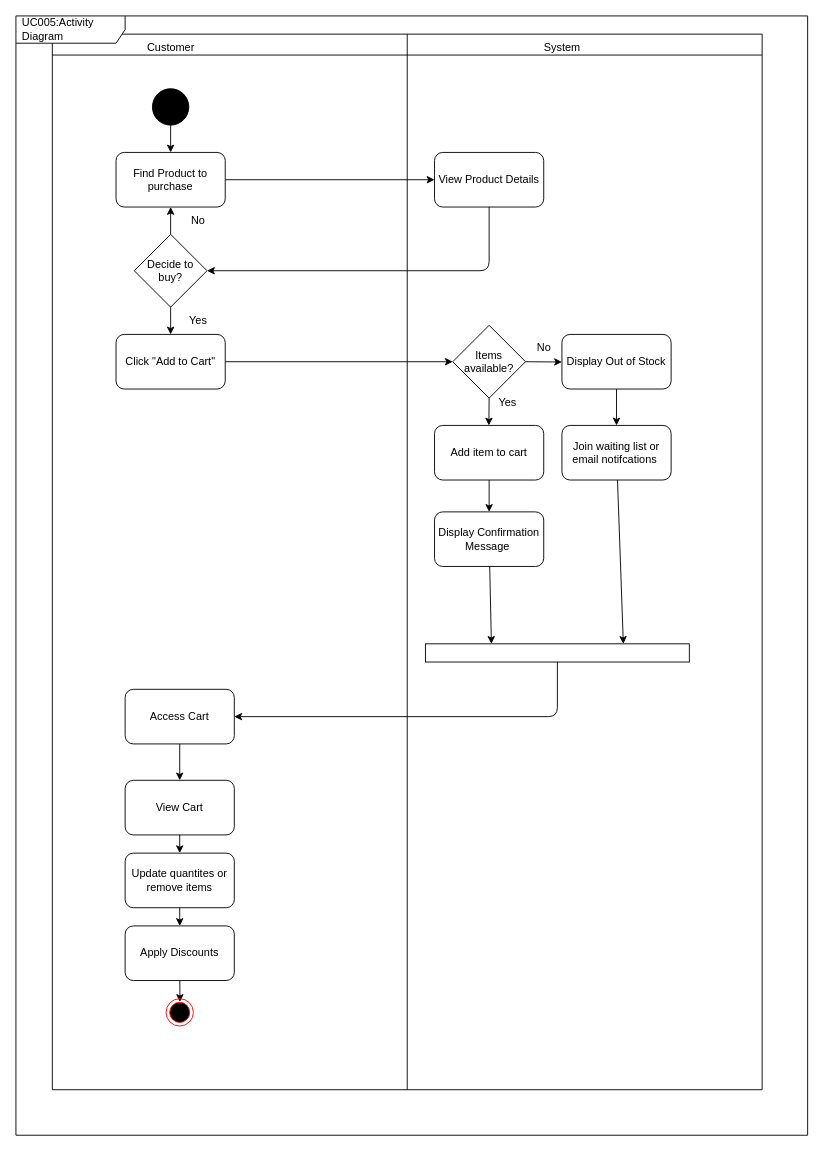
Before: proposal/submission/sec02/Allen/UC005/activity diagram.drawio in drshahizan/software-engineering, a draw.io diagram. Source tidied: cells renumbered, new cells numbered last; positions are measured from the earlier drawing's top-left corner, leaving out a move shared by most shapes. Both pictures are drawn from the tidied source at 91%, with x=0, y=0 at pixel (15, 15).
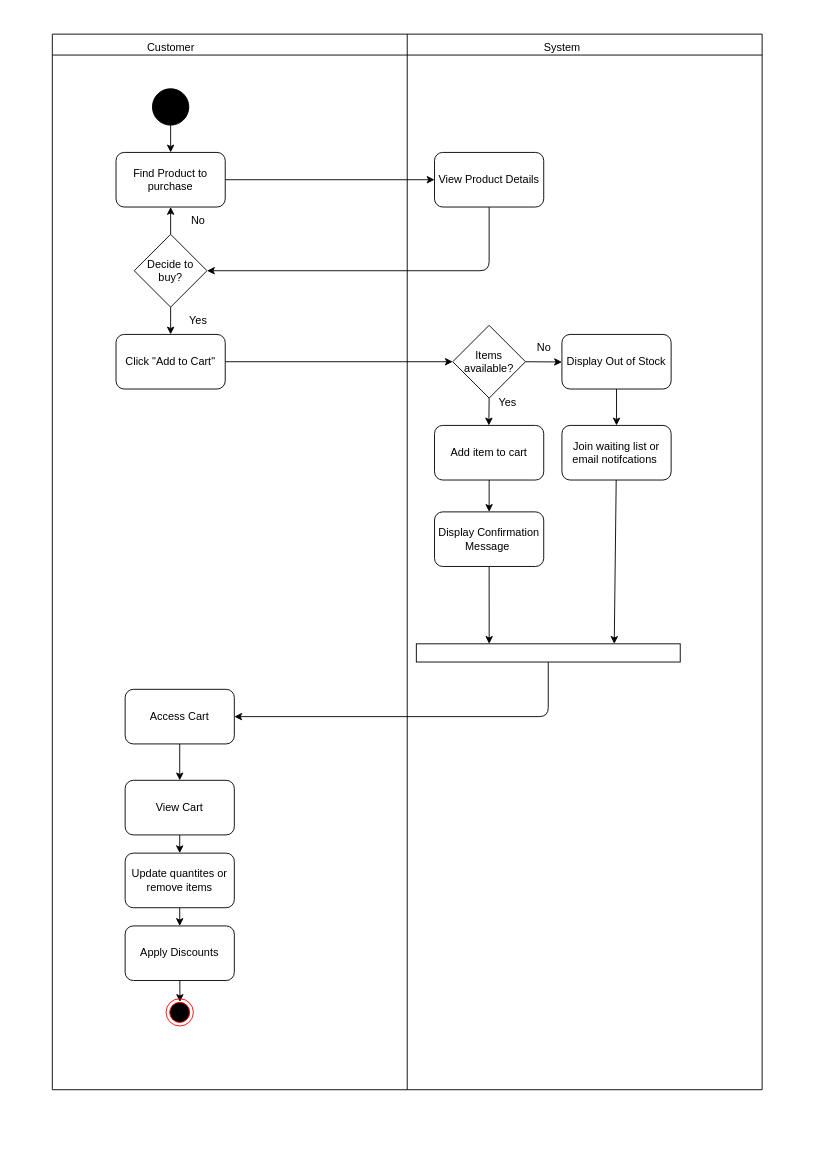
Above is the later version.

Unchanged cells that the change refers to:
```xml
<mxCell id="2" value="&amp;nbsp;" style="swimlane;whiteSpace=wrap;html=1;" parent="1" vertex="1">
  <mxGeometry x="40" y="20" width="780" height="1160" as="geometry" />
</mxCell>
<mxCell id="26" value="Display Confirmation Message&amp;nbsp;" style="rounded=1;whiteSpace=wrap;html=1;" parent="2" vertex="1">
  <mxGeometry x="420" y="525" width="120" height="60" as="geometry" />
</mxCell>
<mxCell id="30" value="Access Cart" style="rounded=1;whiteSpace=wrap;html=1;" parent="2" vertex="1">
  <mxGeometry x="80" y="720" width="120" height="60" as="geometry" />
</mxCell>
```

The edit, as a diff of the source:
```diff
@@
-    <mxCell id="25" style="edgeStyle=none;html=1;entryX=0.25;entryY=0;entryDx=0;entryDy=0;" parent="2" edge="1" source="26" target="39">
+    <mxCell id="25" style="edgeStyle=none;html=1;entryX=0.276;entryY=0;entryDx=0;entryDy=0;entryPerimeter=0;" parent="2" edge="1" source="26" target="39">
       <mxGeometry relative="1" as="geometry" />
     </mxCell>
@@
     <mxCell id="38" style="edgeStyle=none;html=1;entryX=1;entryY=0.5;entryDx=0;entryDy=0;" parent="2" edge="1" source="39" target="30">
       <mxGeometry relative="1" as="geometry">
         <Array as="points">
-          <mxPoint x="555" y="750" />
+          <mxPoint x="545" y="750" />
         </Array>
       </mxGeometry>
     </mxCell>
     <mxCell id="39" style="rounded=0;whiteSpace=wrap;html=1;" parent="2" vertex="1">
-      <mxGeometry x="410" y="670" width="290" height="20" as="geometry" />
+      <mxGeometry x="400" y="670" width="290" height="20" as="geometry" />
     </mxCell>
@@
-    <mxCell id="44" value="UC005:Activity Diagram" style="shape=umlFrame;whiteSpace=wrap;html=1;width=120;height=30;boundedLbl=1;verticalAlign=middle;align=left;spacingLeft=5;" parent="1" vertex="1">
-      <mxGeometry width="870" height="1230" as="geometry" />
-    </mxCell>
```
